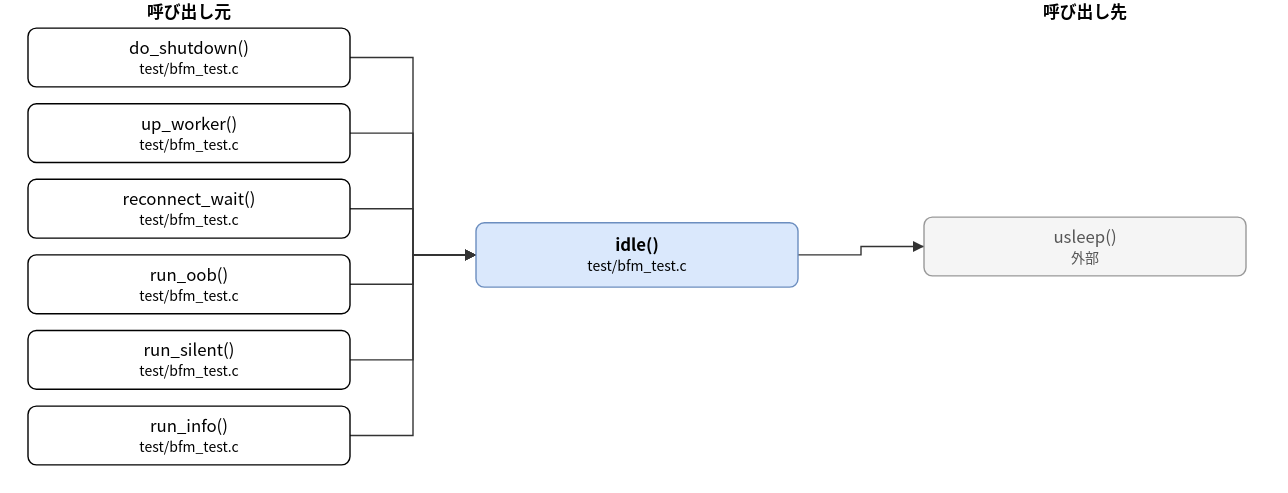
Before: doc/spec/images/call_test_bfm_test-idle.drawio.svg, a diagram exported from draw.io (hf355051012-ai/bfmem). Source tidied: cells renumbered, new cells last; positions are measured from the earlier drawing's top-left corner, leaving out a move shared by most shapes.
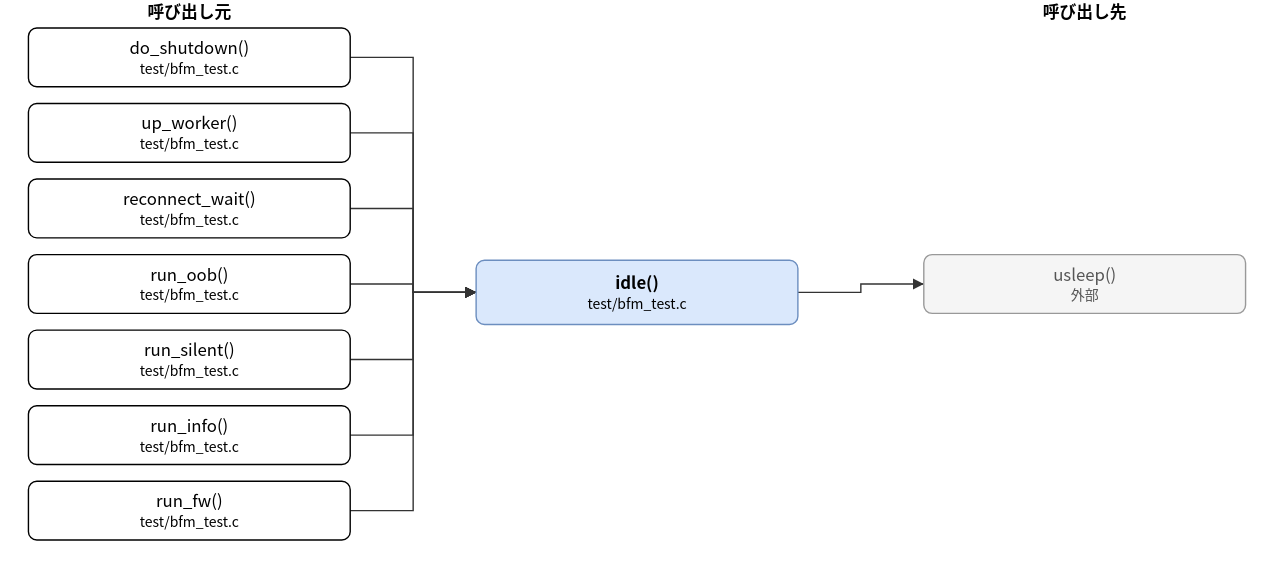
The same diagram one commit later.

Diff of the diagram source:
```diff
@@ -3,7 +3,7 @@
     <mxCell id="0" />
     <mxCell id="1" parent="0" />
     <mxCell id="2" value="idle()&lt;br&gt;&lt;font style=&quot;font-size:10px&quot;&gt;test/bfm_test.c&lt;/font&gt;" style="rounded=1;whiteSpace=wrap;html=1;fillColor=#dae8fc;strokeColor=#6c8ebf;fontStyle=1;" parent="1" vertex="1">
-      <mxGeometry x="320" y="159" width="230" height="46" as="geometry" />
+      <mxGeometry x="320" y="186" width="230" height="46" as="geometry" />
     </mxCell>
     <mxCell id="3" value="do_shutdown()&lt;br&gt;&lt;font style=&quot;font-size:10px&quot;&gt;test/bfm_test.c&lt;/font&gt;" style="rounded=1;whiteSpace=wrap;html=1;" parent="1" vertex="1">
       <mxGeometry y="20" width="230" height="42" as="geometry" />
@@ -23,14 +23,17 @@
     <mxCell id="8" value="run_info()&lt;br&gt;&lt;font style=&quot;font-size:10px&quot;&gt;test/bfm_test.c&lt;/font&gt;" style="rounded=1;whiteSpace=wrap;html=1;" parent="1" vertex="1">
       <mxGeometry y="290" width="230" height="42" as="geometry" />
     </mxCell>
+    <mxCell id="19" value="run_fw()&lt;br&gt;&lt;font style=&quot;font-size:10px&quot;&gt;test/bfm_test.c&lt;/font&gt;" style="rounded=1;whiteSpace=wrap;html=1;" parent="1" vertex="1">
+      <mxGeometry y="344" width="230" height="42" as="geometry" />
+    </mxCell>
     <mxCell id="9" value="usleep()&lt;br&gt;&lt;font style=&quot;font-size:10px&quot;&gt;外部&lt;/font&gt;" style="rounded=1;whiteSpace=wrap;html=1;fillColor=#f5f5f5;strokeColor=#999999;fontColor=#555555;" parent="1" vertex="1">
-      <mxGeometry x="640" y="155" width="230" height="42" as="geometry" />
+      <mxGeometry x="640" y="182" width="230" height="42" as="geometry" />
     </mxCell>
     <mxCell id="10" style="edgeStyle=none;html=1;rounded=0;endArrow=block;endFill=1;exitX=1.0000;exitY=0.5000;exitDx=0;exitDy=0;exitPerimeter=0;entryX=0.0000;entryY=0.5000;entryDx=0;entryDy=0;entryPerimeter=0;" parent="1" edge="1" source="3" target="2">
       <mxGeometry relative="1" as="geometry">
         <Array as="points">
           <mxPoint x="275" y="41" />
-          <mxPoint x="275" y="182" />
+          <mxPoint x="275" y="209" />
         </Array>
       </mxGeometry>
     </mxCell>
@@ -38,7 +41,7 @@
       <mxGeometry relative="1" as="geometry">
         <Array as="points">
           <mxPoint x="275" y="95" />
-          <mxPoint x="275" y="182" />
+          <mxPoint x="275" y="209" />
         </Array>
       </mxGeometry>
     </mxCell>
@@ -46,7 +49,7 @@
       <mxGeometry relative="1" as="geometry">
         <Array as="points">
           <mxPoint x="275" y="149" />
-          <mxPoint x="275" y="182" />
+          <mxPoint x="275" y="209" />
         </Array>
       </mxGeometry>
     </mxCell>
@@ -54,7 +57,7 @@
       <mxGeometry relative="1" as="geometry">
         <Array as="points">
           <mxPoint x="275" y="203" />
-          <mxPoint x="275" y="182" />
+          <mxPoint x="275" y="209" />
         </Array>
       </mxGeometry>
     </mxCell>
@@ -62,7 +65,7 @@
       <mxGeometry relative="1" as="geometry">
         <Array as="points">
           <mxPoint x="275" y="257" />
-          <mxPoint x="275" y="182" />
+          <mxPoint x="275" y="209" />
         </Array>
       </mxGeometry>
     </mxCell>
@@ -70,18 +73,26 @@
       <mxGeometry relative="1" as="geometry">
         <Array as="points">
           <mxPoint x="275" y="311" />
-          <mxPoint x="275" y="182" />
+          <mxPoint x="275" y="209" />
         </Array>
       </mxGeometry>
     </mxCell>
-    <mxCell id="16" style="edgeStyle=none;html=1;rounded=0;endArrow=block;endFill=1;exitX=1.0000;exitY=0.5000;exitDx=0;exitDy=0;exitPerimeter=0;entryX=0.0000;entryY=0.5000;entryDx=0;entryDy=0;entryPerimeter=0;" parent="1" edge="1" source="2" target="9">
+    <mxCell id="16" style="edgeStyle=none;html=1;rounded=0;endArrow=block;endFill=1;exitX=1.0000;exitY=0.5000;exitDx=0;exitDy=0;exitPerimeter=0;entryX=0.0000;entryY=0.5000;entryDx=0;entryDy=0;entryPerimeter=0;" parent="1" edge="1" source="19" target="2">
       <mxGeometry relative="1" as="geometry">
         <Array as="points">
-          <mxPoint x="595" y="182" />
-          <mxPoint x="595" y="176" />
+          <mxPoint x="275" y="365" />
+          <mxPoint x="275" y="209" />
         </Array>
       </mxGeometry>
     </mxCell>
+    <mxCell id="20" style="edgeStyle=none;html=1;rounded=0;endArrow=block;endFill=1;exitX=1.0000;exitY=0.5000;exitDx=0;exitDy=0;exitPerimeter=0;entryX=0.0000;entryY=0.5000;entryDx=0;entryDy=0;entryPerimeter=0;" parent="1" edge="1" source="2" target="9">
+      <mxGeometry relative="1" as="geometry">
+        <Array as="points">
+          <mxPoint x="595" y="209" />
+          <mxPoint x="595" y="203" />
+        </Array>
+      </mxGeometry>
+    </mxCell>
     <mxCell id="17" value="呼び出し元" style="text;html=1;align=center;fontStyle=1;" parent="1" vertex="1">
       <mxGeometry x="35" width="160" height="18" as="geometry" />
     </mxCell>
```
